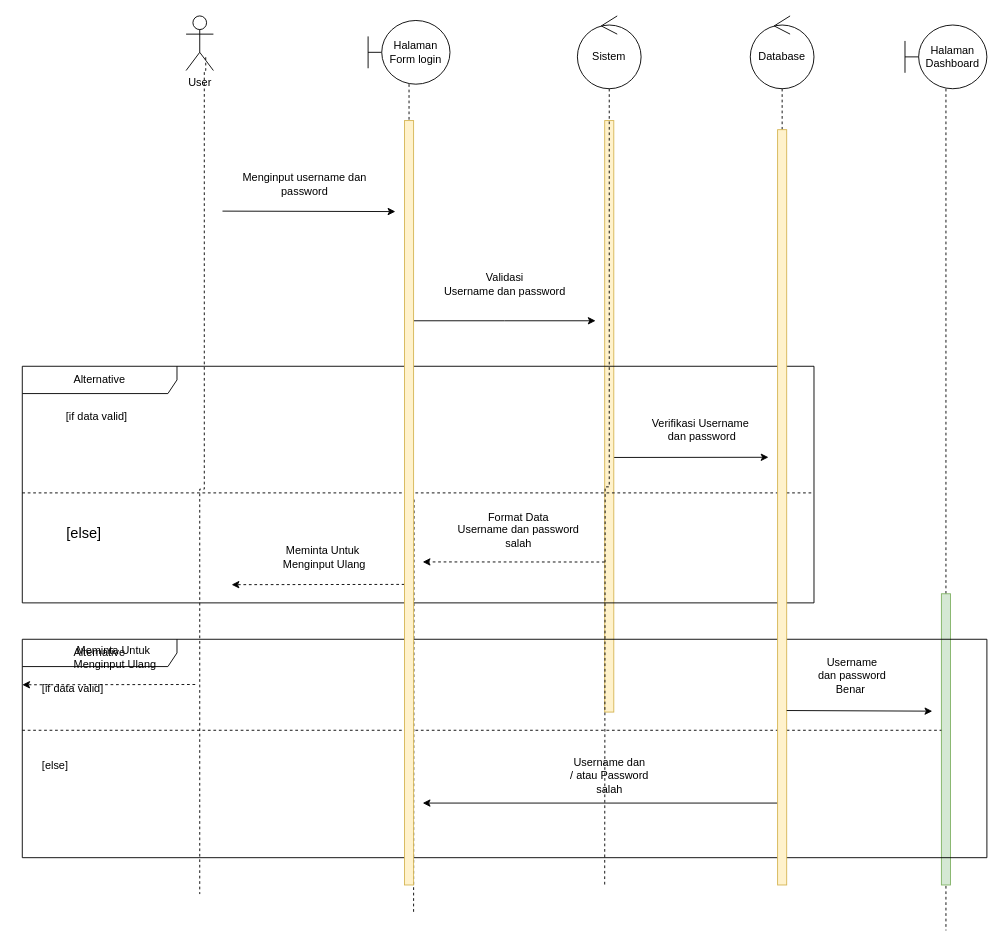
This is page "Page-4" (4 of 4) of diagram hungkul/Untitled Diagram.drawio from AriqFaridzki/SE-UTS-2023, a draw.io file, before an edit. Source tidied: cells renumbered, new cells numbered last; positions are measured from the earlier drawing's top-left corner, leaving out a move shared by most shapes. Both pictures are drawn from the tidied source at 91%, with x=0, y=0 at pixel (22, 15).
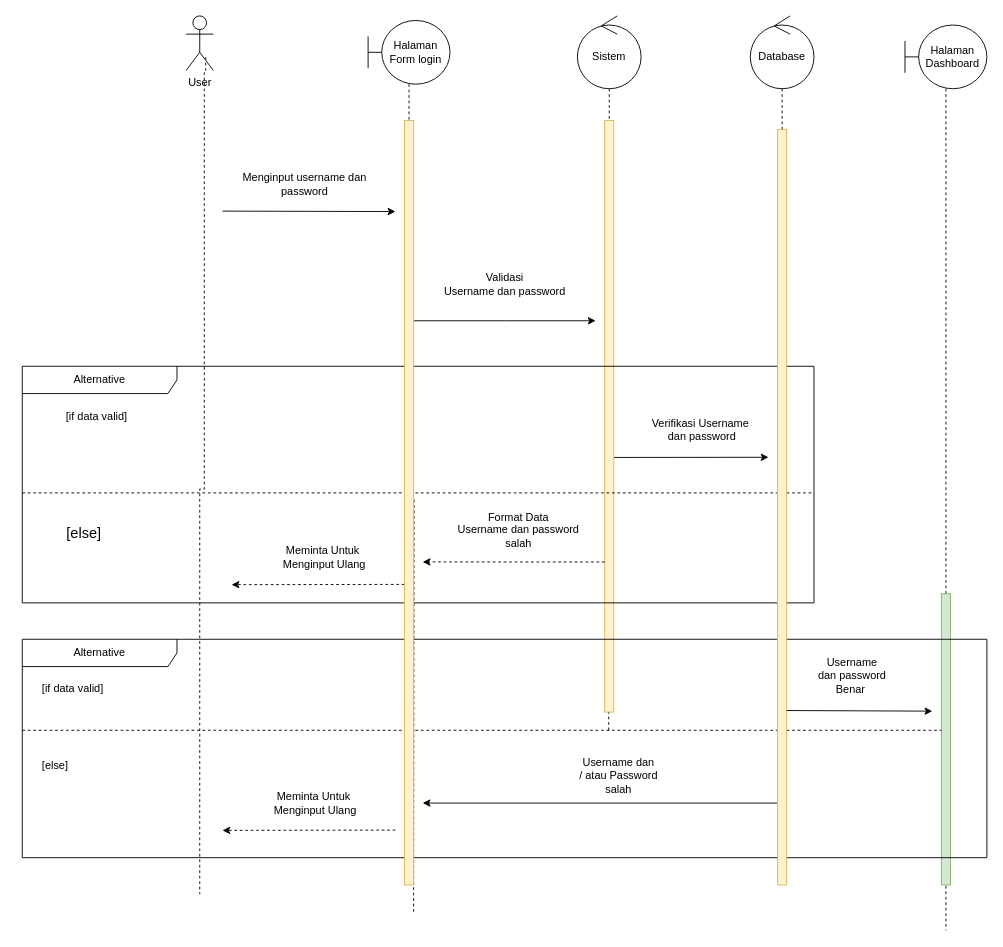
The same diagram, later.

The change refers to these unchanged cells:
```xml
<mxCell id="5" value="Sistem" style="ellipse;shape=umlControl;whiteSpace=wrap;html=1;" parent="1" vertex="1">
  <mxGeometry x="610" width="70" height="80" as="geometry" />
</mxCell>
<mxCell id="16" value="Alternative" style="shape=umlFrame;whiteSpace=wrap;html=1;width=170;" parent="1" vertex="1">
  <mxGeometry y="685" width="1060" height="240" as="geometry" />
</mxCell>
<mxCell id="18" value="[else]" style="line;strokeWidth=1;dashed=1;labelPosition=center;verticalLabelPosition=bottom;align=left;verticalAlign=top;spacingLeft=20;spacingTop=15;html=1;whiteSpace=wrap;" parent="16" vertex="1">
  <mxGeometry y="90" width="1010" height="20" as="geometry" />
</mxCell>
```

Diff of the diagram source:
```diff
@@
+    <mxCell id="41" style="edgeStyle=orthogonalEdgeStyle;rounded=0;jettySize=auto;html=1;endArrow=none;endFill=0;dashed=1;entryX=0.638;entryY=0.517;entryDx=0;entryDy=0;entryPerimeter=0;" parent="1" edge="1" source="5" target="18">
+      <mxGeometry x="230" y="150" relative="1" as="geometry" />
+    </mxCell>
@@
     <mxCell id="22" value="Username dan &lt;br&gt;/ atau Password&lt;br&gt;salah" style="text;html=1;align=center;verticalAlign=middle;strokeColor=none;fillColor=none;" parent="16" vertex="1">
-      <mxGeometry x="590" y="120" width="110" height="60" as="geometry" />
+      <mxGeometry x="600" y="120" width="110" height="60" as="geometry" />
     </mxCell>
     <mxCell id="23" style="group;dashed=1;" parent="16" vertex="1">
-      <mxGeometry width="190" height="50" as="geometry" />
+      <mxGeometry x="220" y="160" width="190" height="50" as="geometry" />
     </mxCell>
@@
-    <mxCell id="41" style="edgeStyle=orthogonalEdgeStyle;rounded=0;jettySize=auto;html=1;endArrow=none;endFill=0;dashed=1;" parent="1" edge="1" source="5">
-      <mxGeometry x="230" y="150" relative="1" as="geometry">
-        <mxPoint x="640" y="955" as="targetPoint" />
-      </mxGeometry>
-    </mxCell>
```
